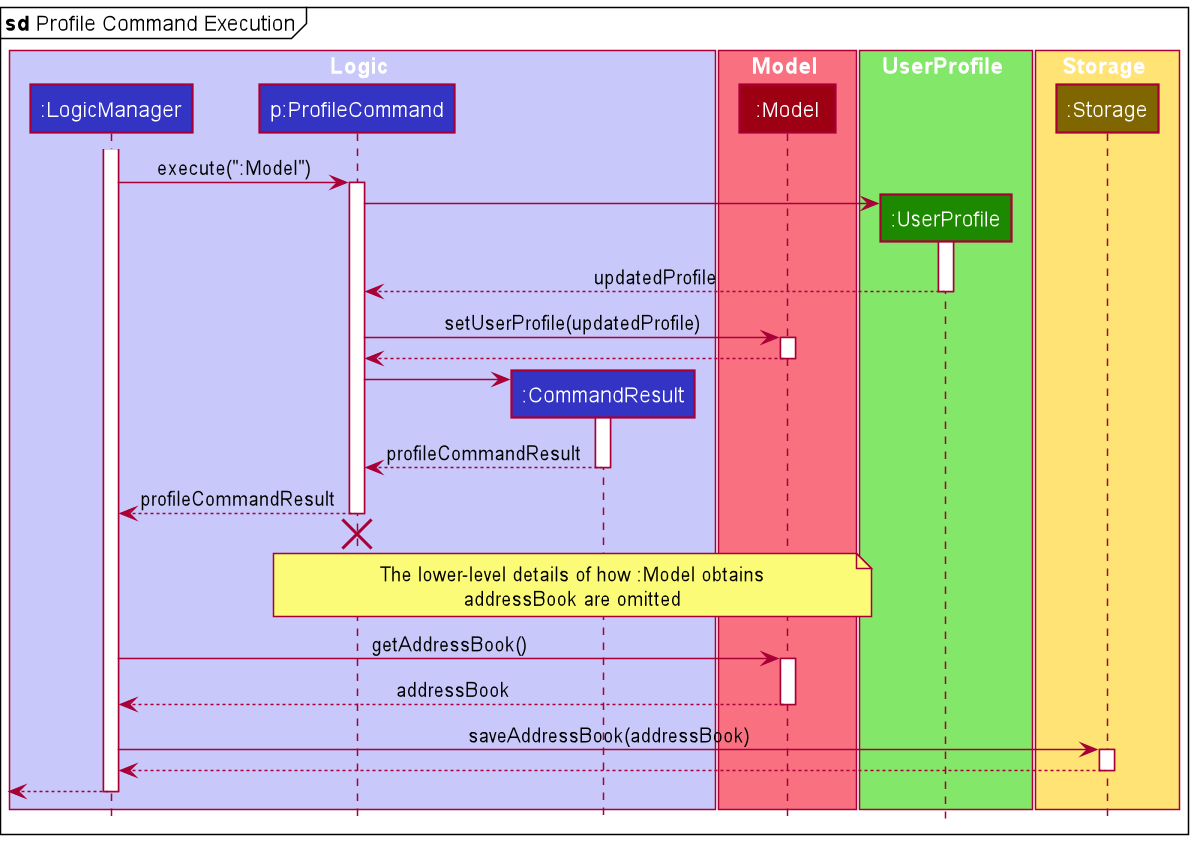
This is docs/images/ProfileSequenceDiagram.png from simonjulianl/tp, a PlantUML export, as it was before one commit.
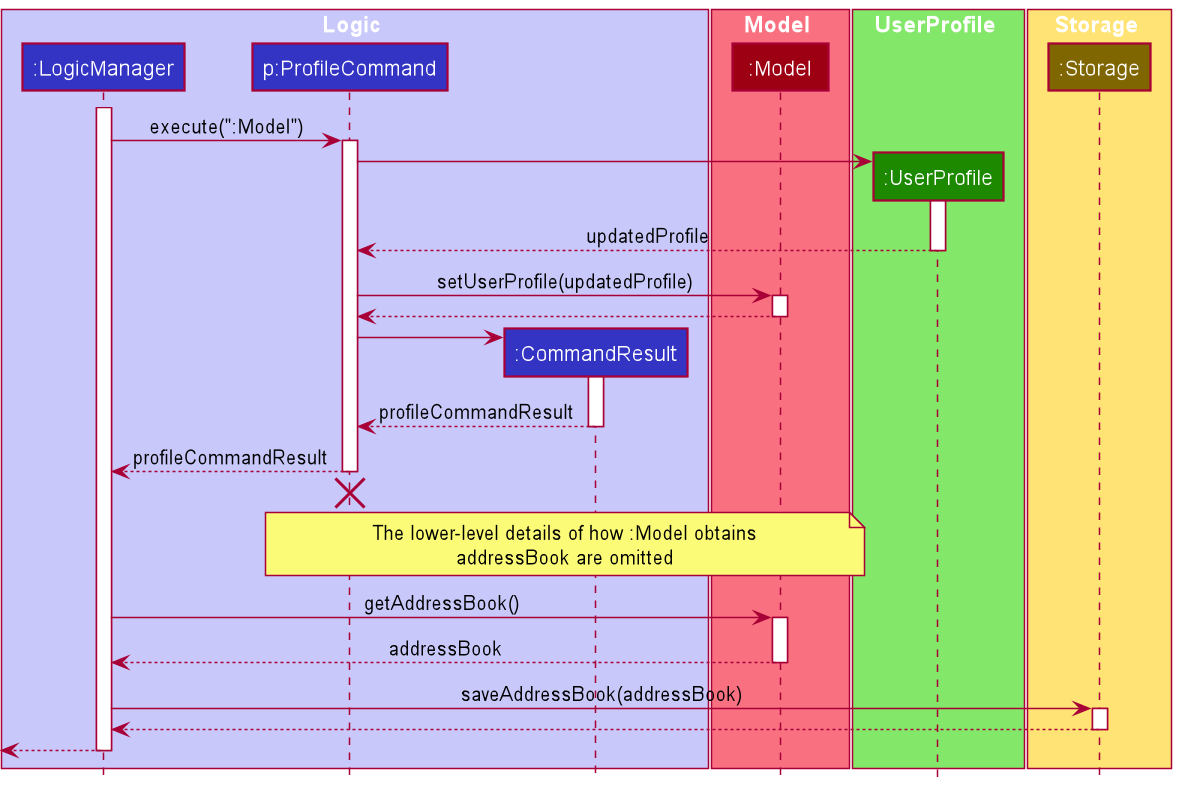
The same file after the commit.

What changed in the source:
```diff
@@ -1,7 +1,5 @@
 @startuml
 !include style.puml
-
-mainframe **sd** Profile Command Execution
 
 box Logic LOGIC_COLOR_T1
 participant ":LogicManager" as LogicManager LOGIC_COLOR
```
